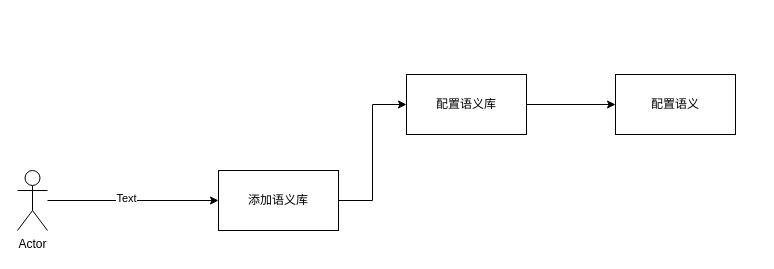
Earlier version of the draw.io diagram cubejs.drawio (JackDan9/soil). Source tidied: cells renumbered, new cells numbered last; positions are measured from the earlier drawing's top-left corner, leaving out a move shared by most shapes. Both pictures are drawn from the tidied source at 100%, with x=0, y=0 at pixel (17, 74).
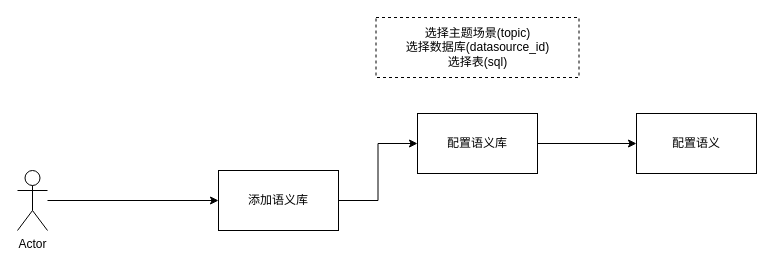
Above is the later version.

What changed in the source:
```diff
@@
 <mxGraphModel>
   <root>
     <mxCell id="0" />
     <mxCell id="1" parent="0" />
     <mxCell id="2" style="edgeStyle=orthogonalEdgeStyle;rounded=0;jettySize=auto;html=1;" parent="1" edge="1" source="4" target="6">
       <mxGeometry relative="1" as="geometry" />
     </mxCell>
-    <mxCell id="3" value="Text" style="edgeLabel;html=1;align=center;verticalAlign=middle;" parent="2" vertex="1">
-      <mxGeometry x="-0.09" y="3" relative="1" as="geometry" />
-    </mxCell>
     <mxCell id="4" value="Actor" style="shape=umlActor;verticalLabelPosition=bottom;verticalAlign=top;html=1;outlineConnect=0;" parent="1" vertex="1">
       <mxGeometry y="96" width="30" height="60" as="geometry" />
     </mxCell>
     <mxCell id="5" style="edgeStyle=orthogonalEdgeStyle;rounded=0;jettySize=auto;html=1;entryX=0;entryY=0.5;entryDx=0;entryDy=0;" parent="1" edge="1" source="6" target="8">
       <mxGeometry relative="1" as="geometry" />
     </mxCell>
     <mxCell id="6" value="添加语义库" style="rounded=0;whiteSpace=wrap;html=1;" parent="1" vertex="1">
       <mxGeometry x="201" y="96" width="120" height="60" as="geometry" />
     </mxCell>
     <mxCell id="7" style="edgeStyle=orthogonalEdgeStyle;rounded=0;jettySize=auto;html=1;exitX=1;exitY=0.5;exitDx=0;exitDy=0;entryX=0;entryY=0.5;entryDx=0;entryDy=0;" parent="1" edge="1" source="8" target="9">
       <mxGeometry relative="1" as="geometry" />
     </mxCell>
     <mxCell id="8" value="配置语义库" style="rounded=0;whiteSpace=wrap;html=1;" parent="1" vertex="1">
-      <mxGeometry x="389" width="120" height="60" as="geometry" />
+      <mxGeometry x="400" y="39" width="120" height="60" as="geometry" />
     </mxCell>
     <mxCell id="9" value="配置语义" style="rounded=0;whiteSpace=wrap;html=1;" parent="1" vertex="1">
-      <mxGeometry x="598" width="120" height="60" as="geometry" />
+      <mxGeometry x="619" y="39" width="120" height="60" as="geometry" />
     </mxCell>
+    <mxCell id="10" value="选择主题场景(topic)&lt;br&gt;选择数据库(datasource_id)&lt;br&gt;选择表(sql)" style="rounded=0;whiteSpace=wrap;html=1;dashed=1;" parent="1" vertex="1">
+      <mxGeometry x="358.5" y="-57" width="203" height="60" as="geometry" />
+    </mxCell>
   </root>
 </mxGraphModel>
```
